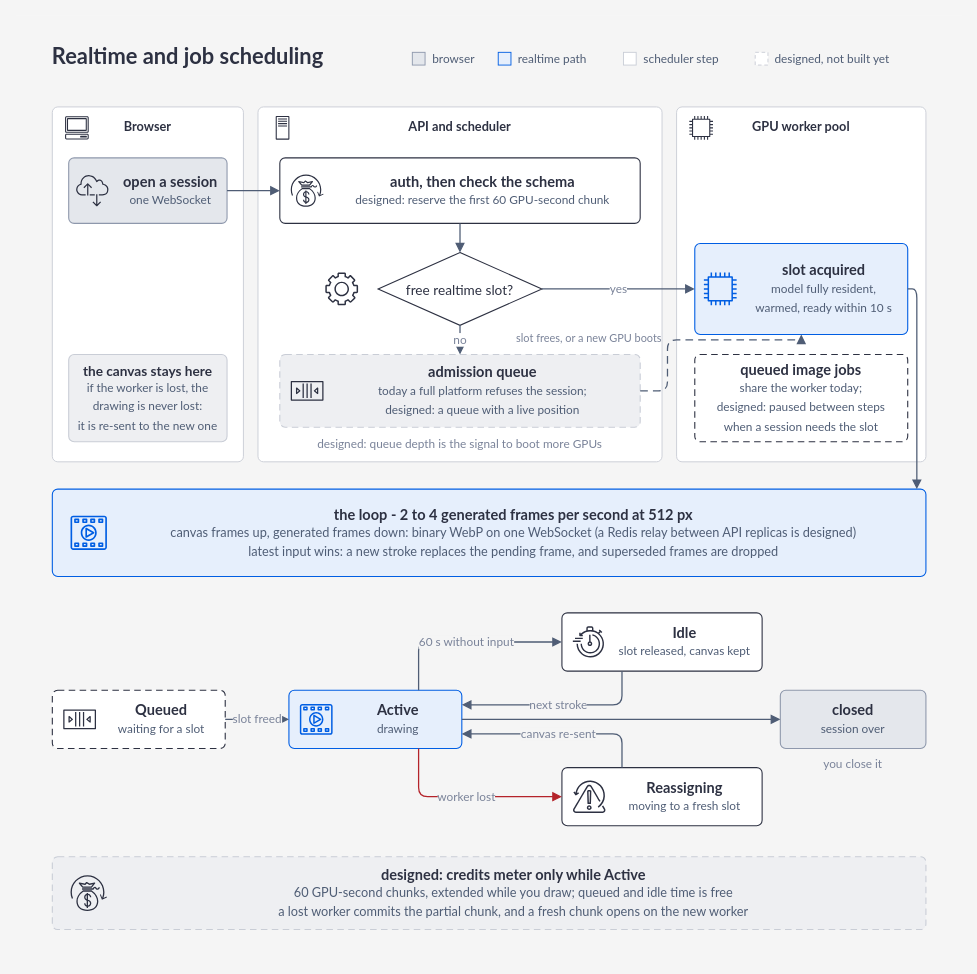
The draw.io diagram docs/figures/whitepaper/realtime-loop.drawio in Portocolom-Studio/potocolom, before the edit. Source tidied: cells renumbered, new cells numbered last; positions are measured from the earlier drawing's top-left corner, leaving out a move shared by most shapes. Both pictures are drawn from the tidied source at 91%, with x=0, y=0 at pixel (15, 15).
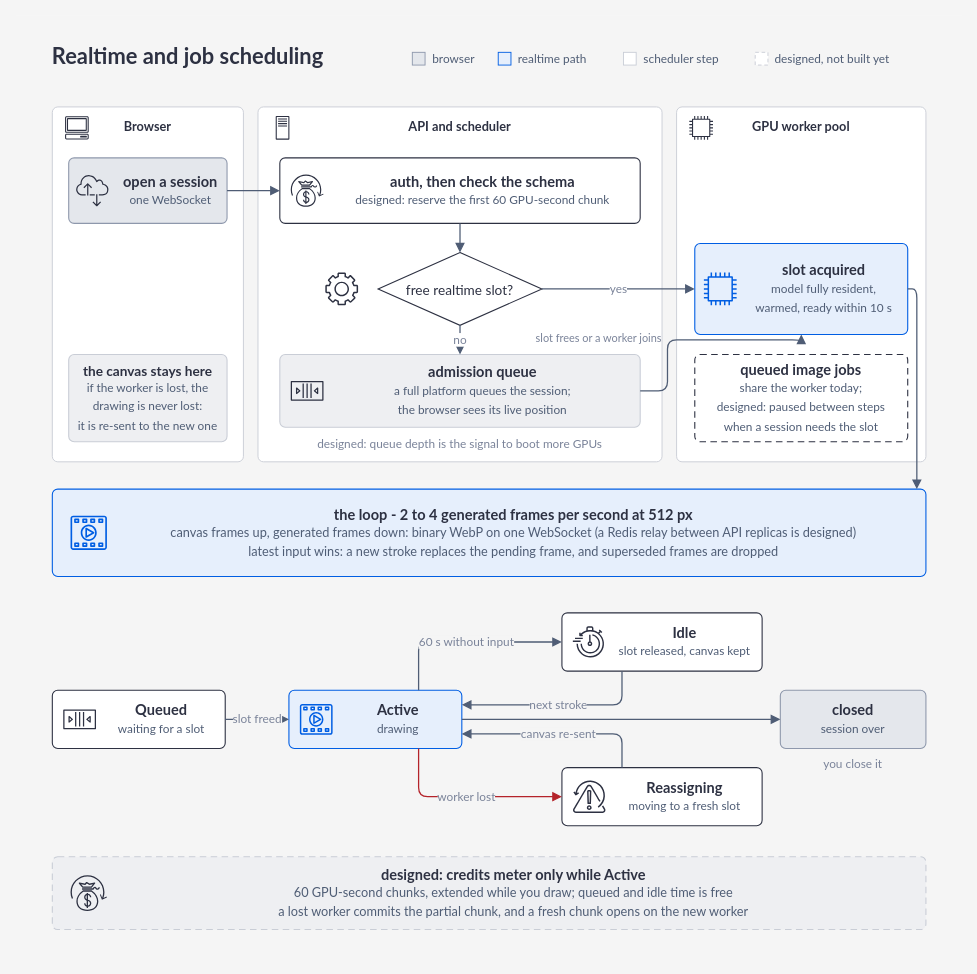
The same page after the edit.

Commit message (it also covers changes not shown here):
docs: draw the admission queue as running in the whitepaper loop figure (#629)

The change refers to these unchanged cells:
```xml
<mxCell id="26" value="&lt;b&gt;slot acquired&lt;/b&gt;&lt;br&gt;&lt;span style=&quot;font-size:13px;font-weight:normal;color:#4f5d75;line-height:1.5&quot;&gt;model fully resident,&lt;br&gt;warmed, ready within 10 s&lt;/span&gt;" style="rounded=1;absoluteArcSize=1;arcSize=12;whiteSpace=wrap;html=1;fillColor=#e6effc;strokeColor=#005ee3;strokeWidth=1.2;fontFamily=Lato;fontSize=16;fontColor=#2d3142;fontStyle=0;align=center;verticalAlign=middle;spacing=10;spacingLeft=50;" parent="1" vertex="1">
  <mxGeometry x="746" y="250" width="234" height="100" as="geometry" />
</mxCell>
<mxCell id="44" value="&lt;b&gt;Active&lt;/b&gt;&lt;br&gt;&lt;span style=&quot;font-size:13px;font-weight:normal;color:#4f5d75;line-height:1.5&quot;&gt;drawing&lt;/span&gt;" style="rounded=1;absoluteArcSize=1;arcSize=12;whiteSpace=wrap;html=1;fillColor=#e6effc;strokeColor=#005ee3;strokeWidth=1.2;fontFamily=Lato;fontSize=16;fontColor=#2d3142;fontStyle=0;align=center;verticalAlign=middle;spacing=10;spacingLeft=50;" parent="1" vertex="1">
  <mxGeometry x="300" y="741" width="190" height="64" as="geometry" />
</mxCell>
```

The edit, as a diff of the source:
```diff
@@
-    <mxCell id="24" value="&lt;b&gt;admission queue&lt;/b&gt;&lt;br&gt;&lt;span style=&quot;font-size:13px;font-weight:normal;color:#4f5d75;line-height:1.5&quot;&gt;today a full platform refuses the session;&lt;br&gt;designed: a queue with a live position&lt;/span&gt;" style="rounded=1;absoluteArcSize=1;arcSize=12;whiteSpace=wrap;html=1;fillColor=#eeeff2;strokeColor=#c9cdd6;dashed=1;dashPattern=6 4;strokeWidth=1.2;fontFamily=Lato;fontSize=16;fontColor=#2d3142;fontStyle=0;align=center;verticalAlign=middle;spacing=10;spacingLeft=50;" parent="1" vertex="1">
+    <mxCell id="24" value="&lt;b&gt;admission queue&lt;/b&gt;&lt;br&gt;&lt;span style=&quot;font-size:13px;font-weight:normal;color:#4f5d75;line-height:1.5&quot;&gt;a full platform queues the session;&lt;br&gt;the browser sees its live position&lt;/span&gt;" style="rounded=1;absoluteArcSize=1;arcSize=12;whiteSpace=wrap;html=1;fillColor=#eeeff2;strokeColor=#c9cdd6;strokeWidth=1.2;fontFamily=Lato;fontSize=16;fontColor=#2d3142;fontStyle=0;align=center;verticalAlign=middle;spacing=10;spacingLeft=50;" parent="1" vertex="1">
       <mxGeometry x="290" y="372" width="396" height="80" as="geometry" />
     </mxCell>
@@
-    <mxCell id="28" value="slot frees, or a new GPU boots" style="text;html=1;whiteSpace=wrap;fontFamily=Lato;fontSize=12;fontColor=#7a8399;fontStyle=0;align=right;verticalAlign=middle;spacing=0;" parent="1" vertex="1">
+    <mxCell id="28" value="slot frees or a worker joins" style="text;html=1;whiteSpace=wrap;fontFamily=Lato;fontSize=12;fontColor=#7a8399;fontStyle=0;align=right;verticalAlign=middle;spacing=0;" parent="1" vertex="1">
       <mxGeometry x="520" y="346" width="190" height="18" as="geometry" />
     </mxCell>
@@
-    <mxCell id="39" style="edgeStyle=orthogonalEdgeStyle;rounded=1;html=1;strokeColor=#4f5d75;strokeWidth=1.4;fontFamily=Lato;fontSize=13;fontColor=#7a8399;labelBackgroundColor=#f5f5f5;endArrow=block;endFill=1;endSize=7;dashed=1;dashPattern=6 4;exitX=1;exitY=0.5;exitDx=0;exitDy=0;entryX=0.5;entryY=1;entryDx=0;entryDy=0;" parent="1" edge="1" source="24" target="26">
+    <mxCell id="39" style="edgeStyle=orthogonalEdgeStyle;rounded=1;html=1;strokeColor=#4f5d75;strokeWidth=1.4;fontFamily=Lato;fontSize=13;fontColor=#7a8399;labelBackgroundColor=#f5f5f5;endArrow=block;endFill=1;endSize=7;exitX=1;exitY=0.5;exitDx=0;exitDy=0;entryX=0.5;entryY=1;entryDx=0;entryDy=0;" parent="1" edge="1" source="24" target="26">
       <mxGeometry relative="1" as="geometry">
         <Array as="points">
           <mxPoint x="716" y="412" />
           <mxPoint x="716" y="356" />
           <mxPoint x="863" y="356" />
         </Array>
       </mxGeometry>
     </mxCell>
@@
-    <mxCell id="43" value="&lt;b&gt;Queued&lt;/b&gt;&lt;br&gt;&lt;span style=&quot;font-size:13px;font-weight:normal;color:#4f5d75;line-height:1.5&quot;&gt;waiting for a slot&lt;/span&gt;" style="rounded=1;absoluteArcSize=1;arcSize=12;whiteSpace=wrap;html=1;fillColor=#ffffff;strokeColor=#2d3142;dashed=1;dashPattern=6 4;strokeWidth=1.2;fontFamily=Lato;fontSize=16;fontColor=#2d3142;fontStyle=0;align=center;verticalAlign=middle;spacing=10;spacingLeft=50;" parent="1" vertex="1">
+    <mxCell id="43" value="&lt;b&gt;Queued&lt;/b&gt;&lt;br&gt;&lt;span style=&quot;font-size:13px;font-weight:normal;color:#4f5d75;line-height:1.5&quot;&gt;waiting for a slot&lt;/span&gt;" style="rounded=1;absoluteArcSize=1;arcSize=12;whiteSpace=wrap;html=1;fillColor=#ffffff;strokeColor=#2d3142;strokeWidth=1.2;fontFamily=Lato;fontSize=16;fontColor=#2d3142;fontStyle=0;align=center;verticalAlign=middle;spacing=10;spacingLeft=50;" parent="1" vertex="1">
       <mxGeometry x="40" y="741" width="190" height="64" as="geometry" />
     </mxCell>
@@
-    <mxCell id="53" value="slot freed" style="edgeStyle=orthogonalEdgeStyle;rounded=1;html=1;strokeColor=#4f5d75;strokeWidth=1.4;fontFamily=Lato;fontSize=13;fontColor=#7a8399;labelBackgroundColor=#f5f5f5;endArrow=block;endFill=1;endSize=7;dashed=1;dashPattern=6 4;" parent="1" edge="1" source="43" target="44">
+    <mxCell id="53" value="slot freed" style="edgeStyle=orthogonalEdgeStyle;rounded=1;html=1;strokeColor=#4f5d75;strokeWidth=1.4;fontFamily=Lato;fontSize=13;fontColor=#7a8399;labelBackgroundColor=#f5f5f5;endArrow=block;endFill=1;endSize=7;" parent="1" edge="1" source="43" target="44">
       <mxGeometry relative="1" as="geometry" />
     </mxCell>
```
